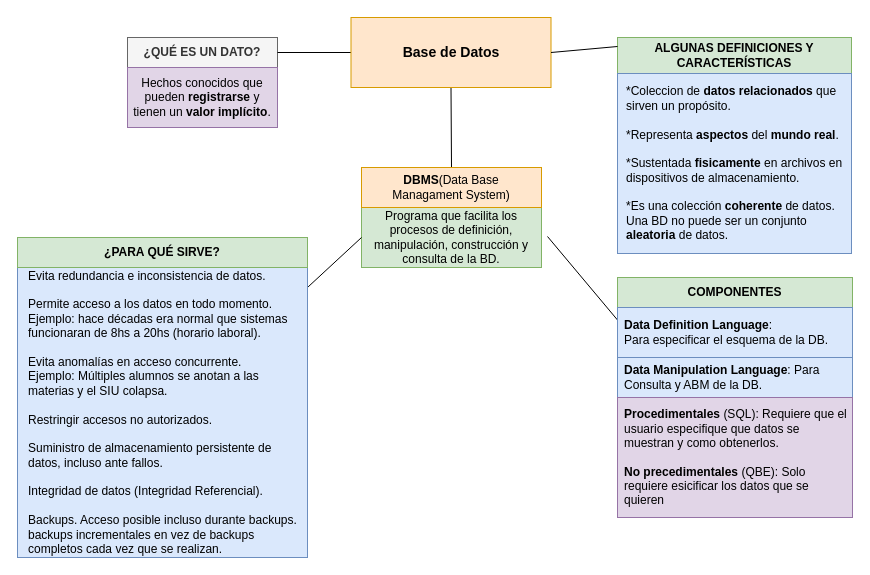
Above: page "DB, Datos, DBMS [Checked]" (1 of 7) of Diagrama-resumen.drawio in senras/DBD (draw.io), before the change. Source tidied: cells renumbered, new cells numbered last; positions are measured from the earlier drawing's top-left corner, leaving out a move shared by most shapes. Both pictures are drawn from the tidied source at 100%, with x=0, y=0 at pixel (17, 17).
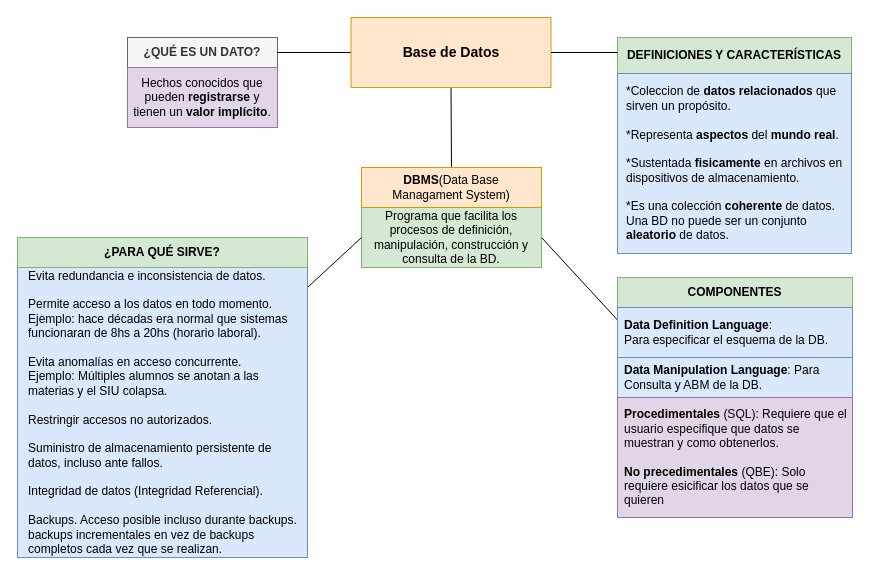
The same diagram, later.

Unchanged cells that the change refers to:
```xml
<mxCell id="6" value="Programa que facilita los procesos de definición, manipulación, construcción y consulta de la BD." style="text;html=1;strokeColor=#82b366;fillColor=#d5e8d4;align=center;verticalAlign=middle;whiteSpace=wrap;rounded=0;" parent="1" vertex="1">
  <mxGeometry x="344" y="190" width="180" height="60" as="geometry" />
</mxCell>
<mxCell id="13" value="&lt;h3&gt;Base de Datos&lt;/h3&gt;" style="rounded=0;whiteSpace=wrap;html=1;fillColor=#ffe6cc;strokeColor=#d79b00;align=center;" parent="1" vertex="1">
  <mxGeometry x="333.5" width="200" height="70" as="geometry" />
</mxCell>
<mxCell id="17" value="&lt;b&gt;Data Definition Language&lt;/b&gt;: &lt;br&gt;Para especificar el esquema de la DB." style="text;html=1;align=left;verticalAlign=middle;whiteSpace=wrap;rounded=0;fillColor=#dae8fc;strokeColor=#6c8ebf;spacingLeft=5;" parent="15" vertex="1">
  <mxGeometry y="30" width="235" height="50" as="geometry" />
</mxCell>
<mxCell id="20" style="group;" parent="1" vertex="1">
  <mxGeometry x="600" y="20" width="234" height="216" as="geometry" />
</mxCell>
```

Diff of the diagram source:
```diff
@@
-    <mxCell id="5" style="rounded=0;jettySize=auto;html=1;exitX=1;exitY=0.5;exitDx=0;exitDy=0;entryX=0;entryY=0.25;entryDx=0;entryDy=0;endArrow=none;endFill=0;" parent="1" edge="1" target="17">
-      <mxGeometry relative="1" as="geometry">
-        <mxPoint x="530" y="219" as="sourcePoint" />
-      </mxGeometry>
+    <mxCell id="5" style="rounded=0;jettySize=auto;html=1;exitX=1;exitY=0.5;exitDx=0;exitDy=0;entryX=0;entryY=0.25;entryDx=0;entryDy=0;endArrow=none;endFill=0;" parent="1" edge="1" source="6" target="17">
+      <mxGeometry relative="1" as="geometry" />
     </mxCell>
@@
-    <mxCell id="21" value="&lt;b&gt;ALGUNAS DEFINICIONES Y CARACTERÍSTICAS&lt;/b&gt;" style="rounded=0;whiteSpace=wrap;html=1;fillColor=#d5e8d4;strokeColor=#82b366;" parent="20" vertex="1">
+    <mxCell id="21" value="&lt;b&gt;DEFINICIONES Y CARACTERÍSTICAS&lt;/b&gt;" style="rounded=0;whiteSpace=wrap;html=1;fillColor=#d5e8d4;strokeColor=#82b366;" parent="20" vertex="1">
       <mxGeometry width="234" height="36" as="geometry" />
     </mxCell>
-    <mxCell id="22" value="*Coleccion de&amp;nbsp;&lt;b style=&quot;&quot;&gt;datos&amp;nbsp;&lt;/b&gt;&lt;b style=&quot;&quot;&gt;relacionados&amp;nbsp;&lt;/b&gt;que sirven un propósito.&lt;br&gt;&lt;br&gt;*Representa &lt;b&gt;aspectos &lt;/b&gt;del &lt;b&gt;mundo real&lt;/b&gt;.&lt;br&gt;&lt;br&gt;*Sustentada &lt;b&gt;fisicamente &lt;/b&gt;en archivos en dispositivos de almacenamiento.&lt;br&gt;&lt;br&gt;*Es una colección &lt;b&gt;coherente &lt;/b&gt;de datos. Una BD no puede ser un conjunto &lt;b&gt;aleatoria &lt;/b&gt;de datos." style="rounded=0;whiteSpace=wrap;html=1;align=left;spacingLeft=7;fillColor=#dae8fc;strokeColor=#6c8ebf;" parent="20" vertex="1">
+    <mxCell id="22" value="*Coleccion de&amp;nbsp;&lt;b style=&quot;&quot;&gt;datos&amp;nbsp;&lt;/b&gt;&lt;b style=&quot;&quot;&gt;relacionados&amp;nbsp;&lt;/b&gt;que sirven un propósito.&lt;br&gt;&lt;br&gt;*Representa &lt;b&gt;aspectos &lt;/b&gt;del &lt;b&gt;mundo real&lt;/b&gt;.&lt;br&gt;&lt;br&gt;*Sustentada &lt;b&gt;fisicamente &lt;/b&gt;en archivos en dispositivos de almacenamiento.&lt;br&gt;&lt;br&gt;*Es una colección &lt;b&gt;coherente &lt;/b&gt;de datos. Una BD no puede ser un conjunto &lt;b&gt;aleatorio&amp;nbsp;&lt;/b&gt;de datos." style="rounded=0;whiteSpace=wrap;html=1;align=left;spacingLeft=7;fillColor=#dae8fc;strokeColor=#6c8ebf;" parent="20" vertex="1">
       <mxGeometry y="36" width="234" height="180" as="geometry" />
     </mxCell>
-    <mxCell id="23" style="endArrow=none;html=1;rounded=0;entryX=1;entryY=0.5;entryDx=0;entryDy=0;exitX=0;exitY=0.25;exitDx=0;exitDy=0;" parent="1" edge="1" source="21" target="13">
-      <mxGeometry relative="1" as="geometry" />
+    <mxCell id="23" style="endArrow=none;html=1;rounded=0;entryX=1;entryY=0.5;entryDx=0;entryDy=0;" parent="1" edge="1" target="13">
+      <mxGeometry relative="1" as="geometry">
+        <mxPoint x="600" y="35" as="sourcePoint" />
+      </mxGeometry>
     </mxCell>
```
